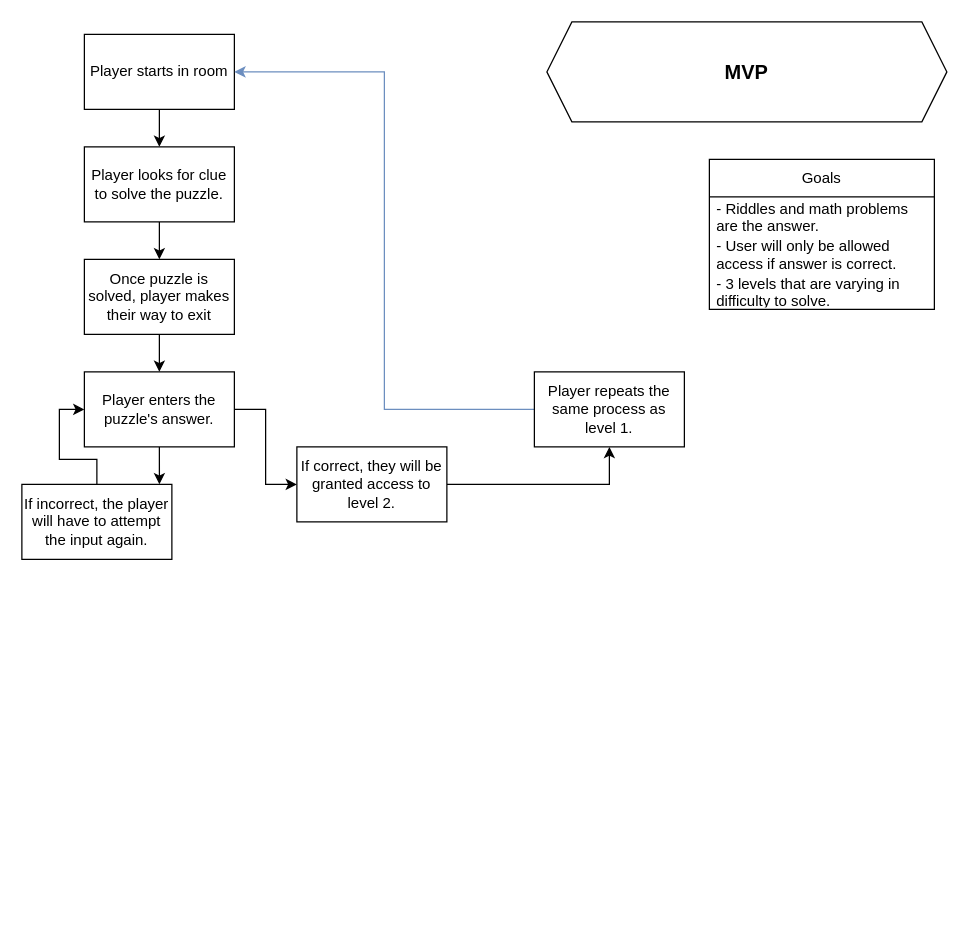
Above: MVP chart..drawio in SchoolOfCode/escape-room-hackathon-rnine (draw.io), before the change. Source tidied: cells renumbered, new cells numbered last; positions are measured from the earlier drawing's top-left corner, leaving out a move shared by most shapes. Both pictures are drawn from the tidied source at 125%, with x=0, y=0 at pixel (21, 21).
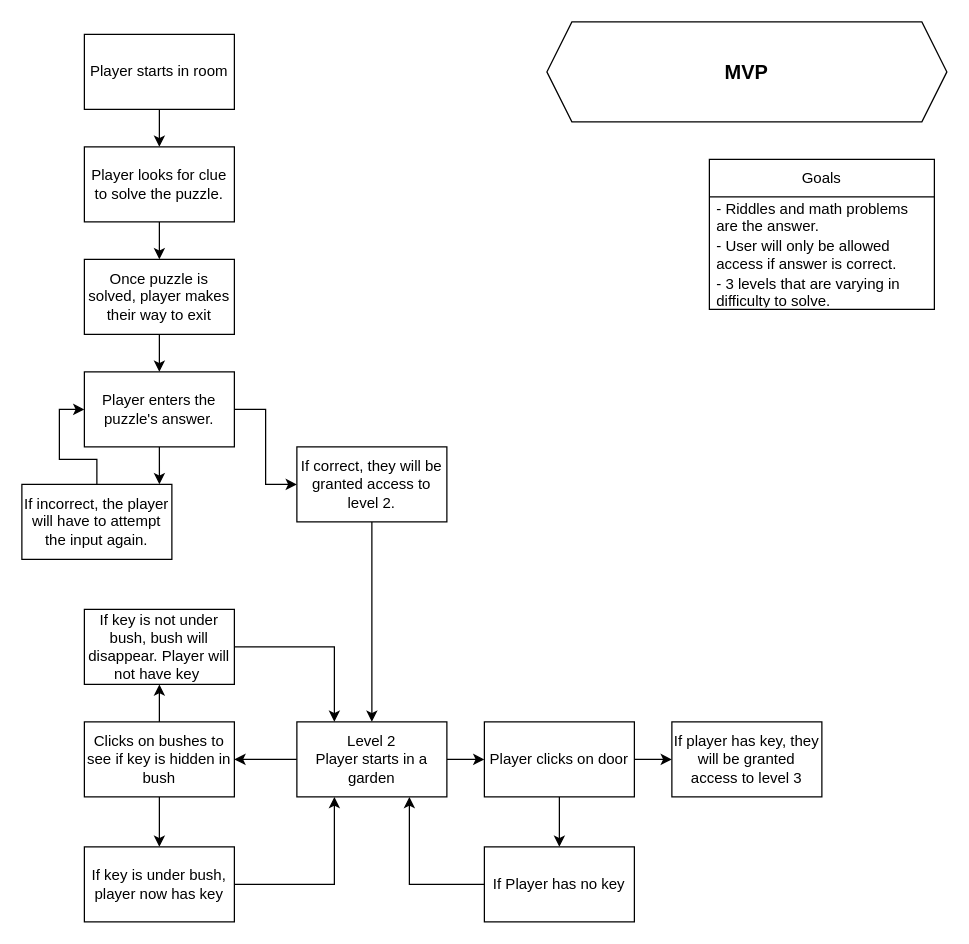
The same page after the edit.

Commit message (it also covers changes not shown here):
Added level 2 to flowchart

The change refers to these unchanged cells:
```xml
<mxCell id="3" value="Player starts in room" style="rounded=0;whiteSpace=wrap;html=1;" parent="1" vertex="1">
  <mxGeometry x="50" y="10" width="120" height="60" as="geometry" />
</mxCell>
<mxCell id="11" value="If correct, they will be granted access to level 2." style="rounded=0;whiteSpace=wrap;html=1;" parent="1" vertex="1">
  <mxGeometry x="220" y="340" width="120" height="60" as="geometry" />
</mxCell>
```

What changed in the source:
```diff
@@
-    <mxCell id="6" style="edgeStyle=orthogonalEdgeStyle;rounded=0;jettySize=auto;html=1;entryX=1;entryY=0.5;entryDx=0;entryDy=0;fillColor=#dae8fc;strokeColor=#6c8ebf;" parent="1" edge="1" source="7" target="3">
-      <mxGeometry relative="1" as="geometry" />
-    </mxCell>
-    <mxCell id="7" value="Player repeats the same process as level 1." style="rounded=0;whiteSpace=wrap;html=1;" parent="1" vertex="1">
-      <mxGeometry x="410" y="280" width="120" height="60" as="geometry" />
-    </mxCell>
@@
-    <mxCell id="10" style="edgeStyle=orthogonalEdgeStyle;rounded=0;jettySize=auto;html=1;exitX=1;exitY=0.5;exitDx=0;exitDy=0;entryX=0.5;entryY=1;entryDx=0;entryDy=0;" parent="1" edge="1" source="11" target="7">
-      <mxGeometry relative="1" as="geometry" />
-    </mxCell>
+    <mxCell id="22" style="edgeStyle=orthogonalEdgeStyle;rounded=0;jettySize=auto;html=1;" parent="1" edge="1" source="11" target="25">
+      <mxGeometry relative="1" as="geometry" />
+    </mxCell>
@@
+    <mxCell id="23" style="edgeStyle=orthogonalEdgeStyle;rounded=0;jettySize=auto;html=1;" parent="1" edge="1" source="25" target="33">
+      <mxGeometry relative="1" as="geometry" />
+    </mxCell>
+    <mxCell id="24" style="edgeStyle=orthogonalEdgeStyle;rounded=0;jettySize=auto;html=1;" parent="1" edge="1" source="25" target="28">
+      <mxGeometry relative="1" as="geometry" />
+    </mxCell>
+    <mxCell id="25" value="Level 2&lt;div&gt;Player starts in a garden&lt;/div&gt;" style="rounded=0;whiteSpace=wrap;html=1;" parent="1" vertex="1">
+      <mxGeometry x="220" y="560" width="120" height="60" as="geometry" />
+    </mxCell>
+    <mxCell id="26" style="edgeStyle=orthogonalEdgeStyle;rounded=0;jettySize=auto;html=1;" parent="1" edge="1" source="28" target="30">
+      <mxGeometry relative="1" as="geometry" />
+    </mxCell>
+    <mxCell id="27" style="edgeStyle=orthogonalEdgeStyle;rounded=0;jettySize=auto;html=1;" parent="1" edge="1" source="28" target="38">
+      <mxGeometry relative="1" as="geometry" />
+    </mxCell>
+    <mxCell id="28" value="Clicks on bushes to see if key is hidden in bush" style="rounded=0;whiteSpace=wrap;html=1;" parent="1" vertex="1">
+      <mxGeometry x="50" y="560" width="120" height="60" as="geometry" />
+    </mxCell>
+    <mxCell id="29" style="edgeStyle=orthogonalEdgeStyle;rounded=0;jettySize=auto;html=1;entryX=0.25;entryY=1;entryDx=0;entryDy=0;" parent="1" edge="1" source="30" target="25">
+      <mxGeometry relative="1" as="geometry" />
+    </mxCell>
+    <mxCell id="30" value="If key is under bush, player now has key" style="rounded=0;whiteSpace=wrap;html=1;" parent="1" vertex="1">
+      <mxGeometry x="50" y="660" width="120" height="60" as="geometry" />
+    </mxCell>
+    <mxCell id="31" style="edgeStyle=orthogonalEdgeStyle;rounded=0;jettySize=auto;html=1;" parent="1" edge="1" source="33" target="34">
+      <mxGeometry relative="1" as="geometry" />
+    </mxCell>
+    <mxCell id="32" style="edgeStyle=orthogonalEdgeStyle;rounded=0;jettySize=auto;html=1;" parent="1" edge="1" source="33" target="36">
+      <mxGeometry relative="1" as="geometry" />
+    </mxCell>
+    <mxCell id="33" value="Player clicks on door" style="rounded=0;whiteSpace=wrap;html=1;" parent="1" vertex="1">
+      <mxGeometry x="370" y="560" width="120" height="60" as="geometry" />
+    </mxCell>
+    <mxCell id="34" value="If player has key, they will be granted access to level 3" style="rounded=0;whiteSpace=wrap;html=1;" parent="1" vertex="1">
+      <mxGeometry x="520" y="560" width="120" height="60" as="geometry" />
+    </mxCell>
+    <mxCell id="35" style="edgeStyle=orthogonalEdgeStyle;rounded=0;jettySize=auto;html=1;entryX=0.75;entryY=1;entryDx=0;entryDy=0;" parent="1" edge="1" source="36" target="25">
+      <mxGeometry relative="1" as="geometry" />
+    </mxCell>
+    <mxCell id="36" value="If Player has no key" style="rounded=0;whiteSpace=wrap;html=1;" parent="1" vertex="1">
+      <mxGeometry x="370" y="660" width="120" height="60" as="geometry" />
+    </mxCell>
+    <mxCell id="37" style="edgeStyle=orthogonalEdgeStyle;rounded=0;jettySize=auto;html=1;entryX=0.25;entryY=0;entryDx=0;entryDy=0;" parent="1" edge="1" source="38" target="25">
+      <mxGeometry relative="1" as="geometry" />
+    </mxCell>
+    <mxCell id="38" value="If key is not under bush, bush will disappear. Player will not have key&amp;nbsp;" style="rounded=0;whiteSpace=wrap;html=1;" parent="1" vertex="1">
+      <mxGeometry x="50" y="470" width="120" height="60" as="geometry" />
+    </mxCell>
```
